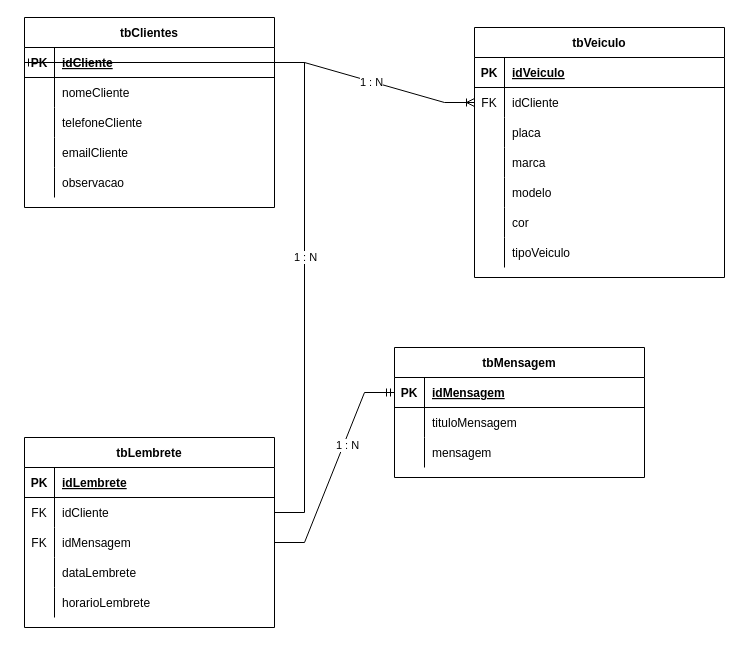
Earlier version of the draw.io diagram Banco de Dados/Boomerang - MER.drawio (VituFerrari/boomerang-system). Source tidied: cells renumbered, new cells numbered last; positions are measured from the earlier drawing's top-left corner, leaving out a move shared by most shapes. Both pictures are drawn from the tidied source at 100%, with x=0, y=0 at pixel (24, 17).
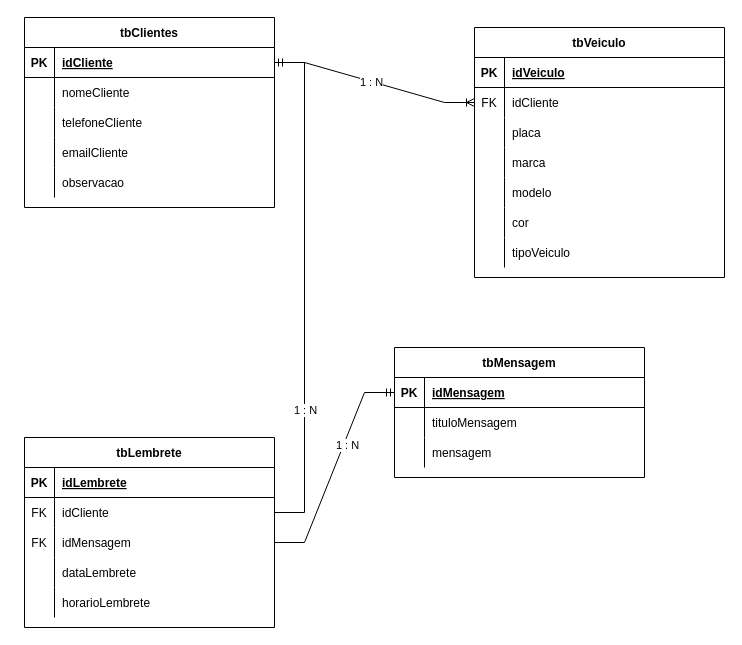
The same page after the edit.

Commit message (it also covers changes not shown here):
Ajuste MER relacionamento tbClientes e tbLembrete

Unchanged cells that the change refers to:
```xml
<mxCell id="35" style="shape=partialRectangle;fillColor=none;points=[[0,0.5],[1,0.5]];portConstraint=eastwest;top=0;left=0;right=0;bottom=1;fontFamily=JetBrains Mono;labelBackgroundColor=none;" parent="34" vertex="1">
  <mxGeometry y="30" width="250" height="30" as="geometry" />
</mxCell>
<mxCell id="54" style="shape=partialRectangle;fillColor=none;points=[[0,0.5],[1,0.5]];portConstraint=eastwest;top=0;left=0;right=0;bottom=0;fontFamily=JetBrains Mono;labelBackgroundColor=none;" parent="50" vertex="1">
  <mxGeometry y="60" width="250" height="30" as="geometry" />
</mxCell>
```

Change to the diagram source:
```diff
@@
-    <mxCell id="70" style="edgeStyle=entityRelationEdgeStyle;fontSize=12;html=1;endArrow=ERmandOne;rounded=0;entryX=0;entryY=0.5;entryDx=0;entryDy=0;" parent="1" edge="1" source="54" target="35">
+    <mxCell id="70" style="edgeStyle=entityRelationEdgeStyle;fontSize=12;html=1;endArrow=ERmandOne;rounded=0;entryX=1;entryY=0.5;entryDx=0;entryDy=0;" parent="1" edge="1" source="54" target="35">
       <mxGeometry relative="1" as="geometry" />
     </mxCell>
```
